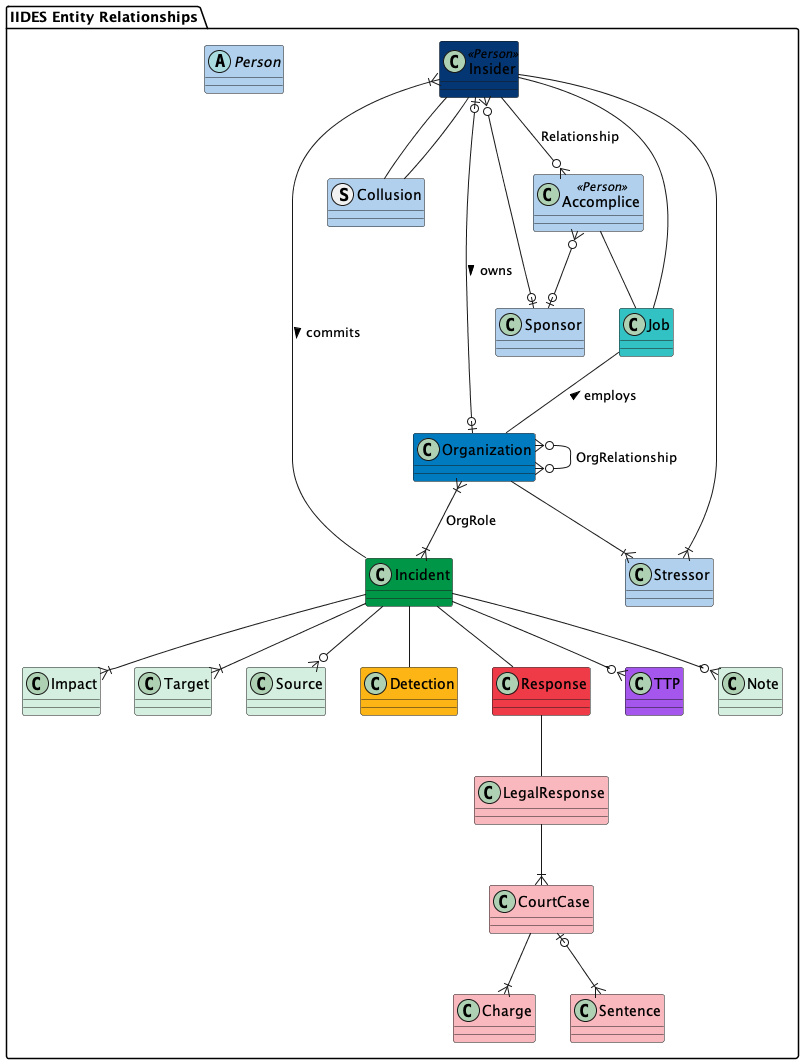
Above: UML/out/IIDES_Entity_Relationships.png in cmu-sei/iides (PlantUML), before the change.
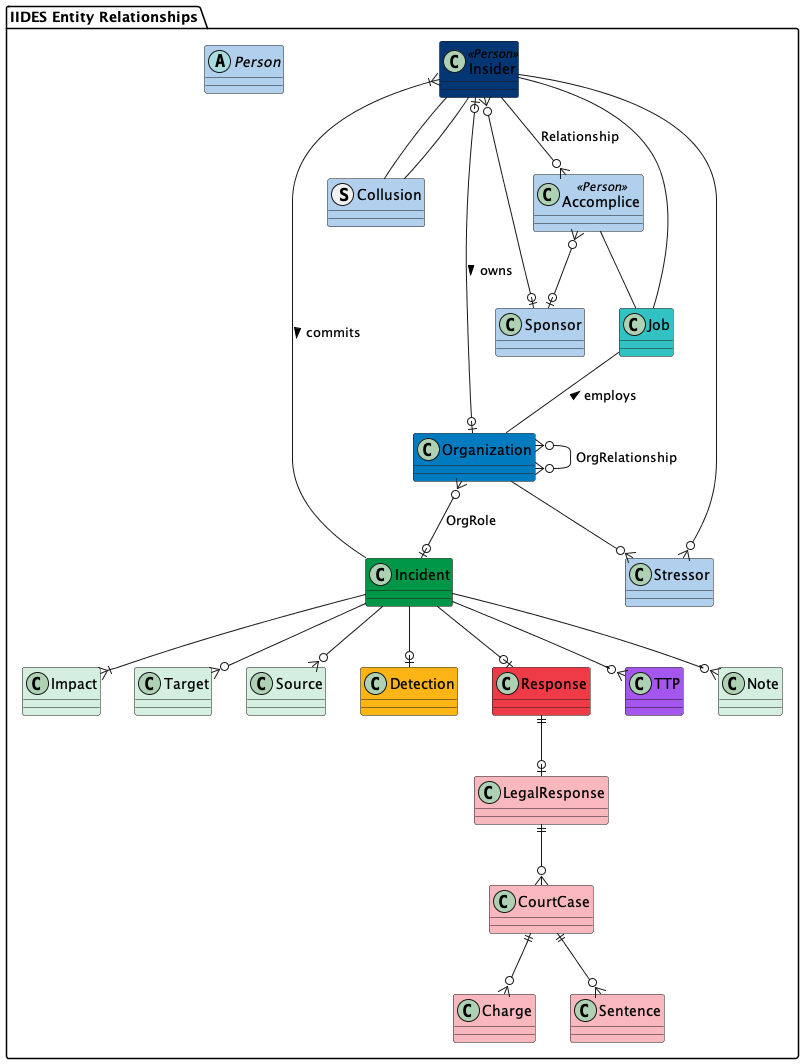
The same file after the commit.

Change to the diagram source:
```diff
@@ -27,7 +27,7 @@
     Accomplice -- Job
     Job -- Organization : employs <
     Insider -- Job
-    Organization }|--|{ Incident : OrgRole
+    Organization }o--o| Incident : OrgRole
     Organization }o--o{ Organization : OrgRelationship
     Insider }o--o| Sponsor
     Accomplice }o--o| Sponsor
@@ -35,17 +35,17 @@
     Insider -- Collusion
     Collusion -- Insider
     Incident --|{ Impact
-    Incident --|{ Target
+    Incident --o{ Target
     Incident --o{ Source
     Incident --o{ Note
-    CourtCase --|{ Charge
-    CourtCase |o--|{ Sentence
-    Incident -- Detection
-    Incident -- Response
-    Response -- LegalResponse
-    LegalResponse --|{ CourtCase
-    Organization --|{ Stressor
-    Stressor }|-- Insider
+    CourtCase ||--o{ Charge
+    CourtCase ||--o{ Sentence
+    Incident --o| Detection
+    Incident --o| Response
+    Response ||--o| LegalResponse
+    LegalResponse ||--o{ CourtCase
+    Organization --o{ Stressor
+    Stressor }o-- Insider
     Incident --o{ TTP
 }
 @enduml
```
